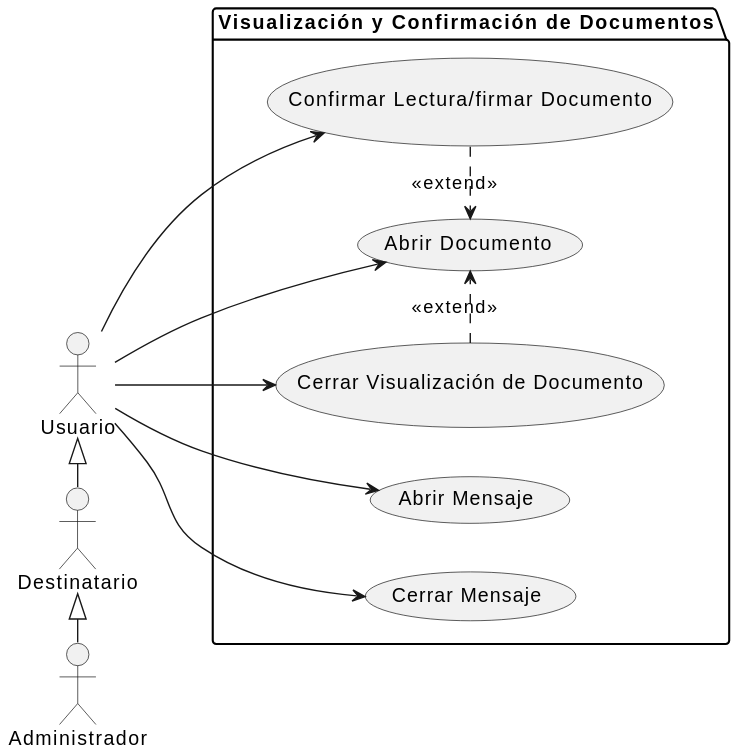
mmasias/24-25-IdSw1-SDR keeps this PlantUML diagram as docs/casosDeUso/diagramaCasosDeUso/visualizacionConfirmacionDocumentos/visualizacionConfirmacionDocumentos.svg. Above is the earlier version.
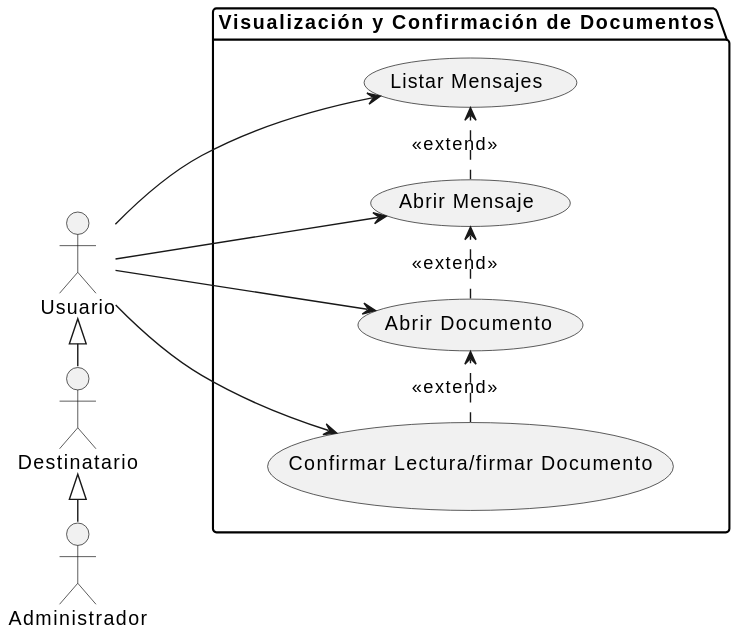
The same file after the commit.

The edit, as a diff of the source:
```diff
@@ -4,20 +4,19 @@
 actor "Destinatario" as Destinatario
 
 package "Visualización y Confirmación de Documentos" {
-    usecase "Abrir Mensaje" as VCD1
-    usecase "Abrir Documento" as VCD2
-    usecase "Confirmar Lectura/firmar Documento" as VCD3
+    usecase "Listar Mensajes" as VCD1
+    usecase "Abrir Mensaje" as VCD2
+    VCD2 .> VCD1 : <<extend>>
+    usecase "Abrir Documento" as VCD3
     VCD3 .> VCD2 : <<extend>>
-    usecase "Cerrar Visualización de Documento" as VCD4
-    VCD4 .> VCD2 : <<extend>>
-    usecase "Cerrar Mensaje" as VCD5
+    usecase "Confirmar Lectura/firmar Documento" as VCD4
+    VCD4 .> VCD3 : <<extend>>
 }
 
 Usuario <|- Destinatario
 Destinatario <|- Administrador
-Usuario --> VCD1
+Usuario -u-> VCD1
 Usuario --> VCD2
 Usuario --> VCD3
 Usuario --> VCD4
-Usuario --> VCD5
 @enduml
```
